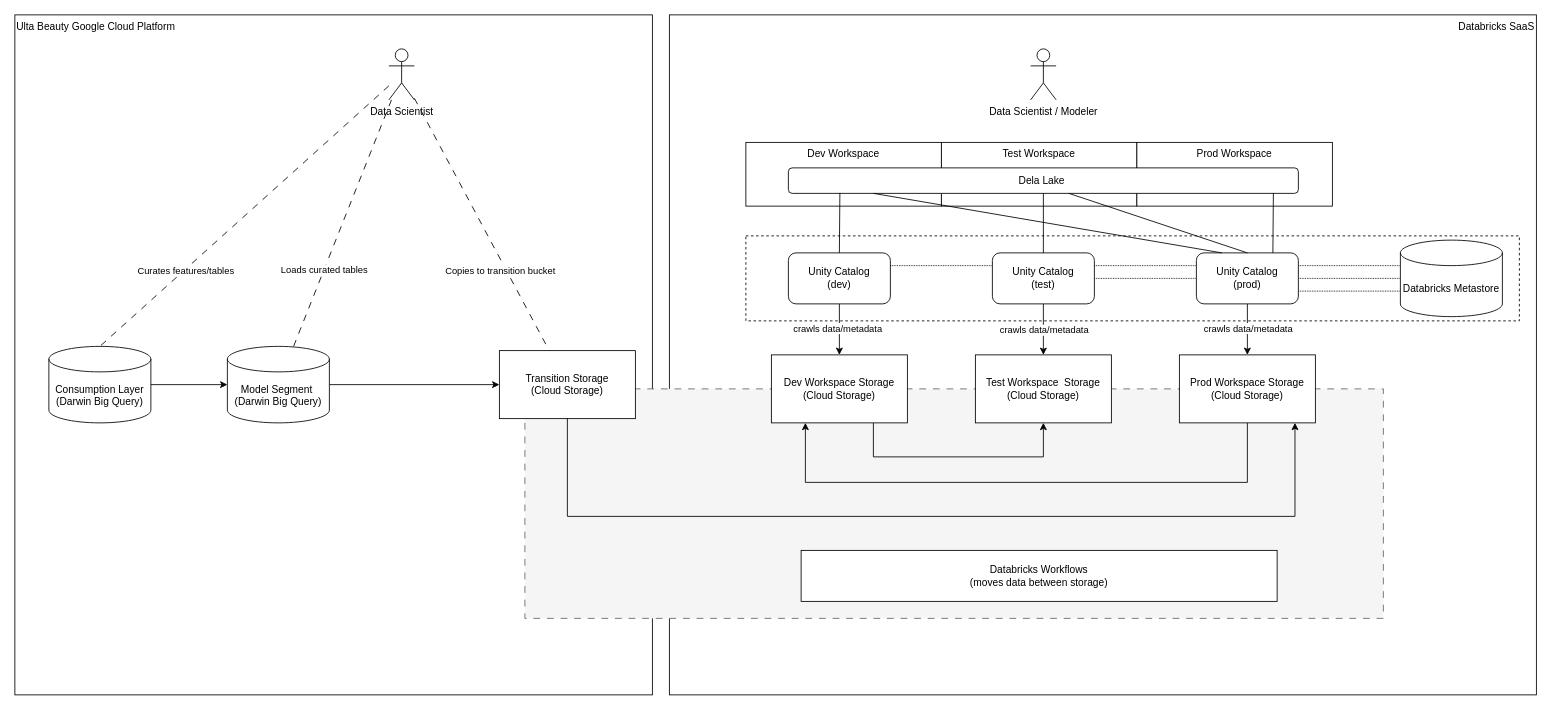
Before: page "Databricks Data" (5 of 7) of images/databricks.drawio in bpayt2/temp, a draw.io diagram. Source tidied: cells renumbered, new cells numbered last; positions are measured from the earlier drawing's top-left corner, leaving out a move shared by most shapes. Both pictures are drawn from the tidied source at 85%, with x=0, y=0 at pixel (14, 14).
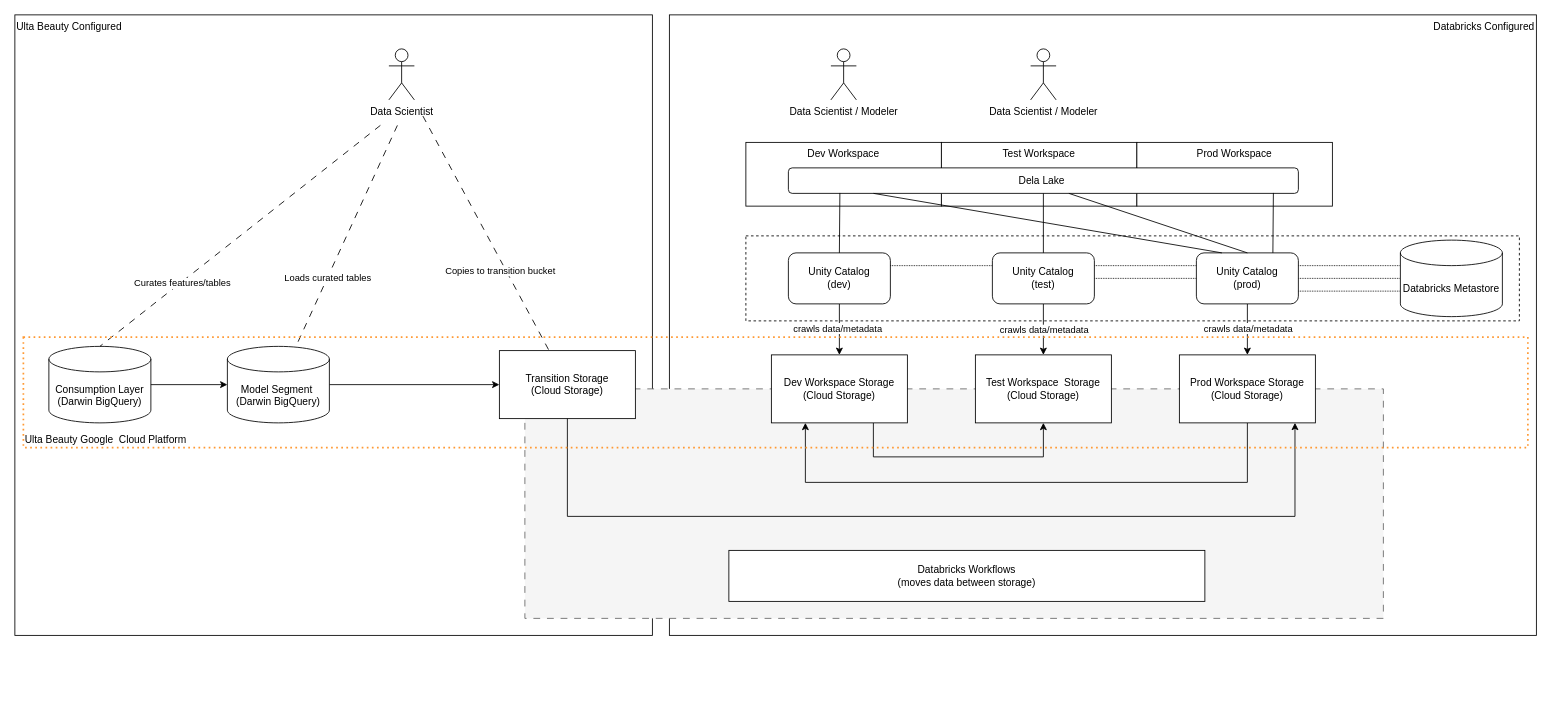
After the change.

The change refers to these unchanged cells:
```xml
<mxCell id="9" value="Transition Storage&lt;br&gt;(Cloud Storage)" style="rounded=0;whiteSpace=wrap;html=1;" parent="1" vertex="1">
  <mxGeometry x="570" y="395" width="160" height="80" as="geometry" />
</mxCell>
<mxCell id="18" value="Data Scientist" style="shape=umlActor;verticalLabelPosition=bottom;verticalAlign=top;html=1;outlineConnect=0;" parent="1" vertex="1">
  <mxGeometry x="440" y="40" width="30" height="60" as="geometry" />
</mxCell>
```

Change to the diagram source:
```diff
@@
-    <mxCell id="2" value="Databricks SaaS" style="rounded=0;whiteSpace=wrap;html=1;align=right;verticalAlign=top;" parent="1" vertex="1">
-      <mxGeometry x="770" width="1020" height="800" as="geometry" />
+    <mxCell id="2" value="Databricks Configured" style="rounded=0;whiteSpace=wrap;html=1;align=right;verticalAlign=top;fillColor=none;" parent="1" vertex="1">
+      <mxGeometry x="770" width="1020" height="730" as="geometry" />
     </mxCell>
@@
-    <mxCell id="6" value="Ulta Beauty Google Cloud Platform" style="rounded=0;whiteSpace=wrap;html=1;align=left;verticalAlign=top;" parent="1" vertex="1">
-      <mxGeometry width="750" height="800" as="geometry" />
+    <mxCell id="6" value="Ulta Beauty Configured" style="rounded=0;whiteSpace=wrap;html=1;align=left;verticalAlign=top;fillColor=none;" parent="1" vertex="1">
+      <mxGeometry width="750" height="730" as="geometry" />
     </mxCell>
@@
-    <mxCell id="15" style="rounded=0;jettySize=auto;html=1;endArrow=none;endFill=0;dashed=1;dashPattern=8 8;" parent="1" edge="1" source="18" target="23">
-      <mxGeometry relative="1" as="geometry" />
+    <mxCell id="15" style="rounded=0;jettySize=auto;html=1;endArrow=none;endFill=0;dashed=1;dashPattern=8 8;" parent="1" edge="1" target="23">
+      <mxGeometry relative="1" as="geometry">
+        <mxPoint x="450" y="130" as="sourcePoint" />
+      </mxGeometry>
     </mxCell>
@@
-    <mxCell id="17" style="rounded=0;jettySize=auto;html=1;endArrow=none;endFill=0;dashed=1;dashPattern=8 8;" parent="1" edge="1" source="18" target="9">
+    <mxCell id="17" style="rounded=0;jettySize=auto;html=1;endArrow=none;endFill=0;dashed=1;dashPattern=8 8;exitX=0.64;exitY=0.163;exitDx=0;exitDy=0;exitPerimeter=0;" parent="1" edge="1" source="6" target="9">
       <mxGeometry relative="1" as="geometry" />
     </mxCell>
@@
-    <mxCell id="19" value="Consumption Layer&lt;br&gt;(Darwin Big Query)" style="shape=cylinder3;whiteSpace=wrap;html=1;boundedLbl=1;backgroundOutline=1;size=15;" parent="1" vertex="1">
+    <mxCell id="19" value="Consumption Layer&lt;br&gt;(Darwin BigQuery)" style="shape=cylinder3;whiteSpace=wrap;html=1;boundedLbl=1;backgroundOutline=1;size=15;" parent="1" vertex="1">
       <mxGeometry x="40" y="390" width="120" height="90" as="geometry" />
     </mxCell>
-    <mxCell id="20" style="rounded=0;jettySize=auto;html=1;entryX=0.5;entryY=0;entryDx=0;entryDy=0;entryPerimeter=0;endArrow=none;endFill=0;dashed=1;dashPattern=8 8;" parent="1" edge="1" source="18" target="19">
-      <mxGeometry relative="1" as="geometry" />
+    <mxCell id="20" style="rounded=0;jettySize=auto;html=1;entryX=0.5;entryY=0;entryDx=0;entryDy=0;entryPerimeter=0;endArrow=none;endFill=0;dashed=1;dashPattern=8 8;" parent="1" edge="1" target="19">
+      <mxGeometry relative="1" as="geometry">
+        <mxPoint x="430" y="130" as="sourcePoint" />
+      </mxGeometry>
     </mxCell>
@@
-    <mxCell id="23" value="Model Segment&amp;nbsp;&lt;br&gt;(Darwin Big Query)" style="shape=cylinder3;whiteSpace=wrap;html=1;boundedLbl=1;backgroundOutline=1;size=15;" parent="1" vertex="1">
+    <mxCell id="23" value="Model Segment&amp;nbsp;&lt;br&gt;(Darwin BigQuery)" style="shape=cylinder3;whiteSpace=wrap;html=1;boundedLbl=1;backgroundOutline=1;size=15;" parent="1" vertex="1">
       <mxGeometry x="250" y="390" width="120" height="90" as="geometry" />
     </mxCell>
@@
     <mxCell id="43" value="Databricks Workflows&lt;br&gt;(moves data between storage)" style="rounded=0;whiteSpace=wrap;html=1;" parent="1" vertex="1">
-      <mxGeometry x="925" y="630" width="560" height="60" as="geometry" />
+      <mxGeometry x="840" y="630" width="560" height="60" as="geometry" />
     </mxCell>
@@
+    <mxCell id="48" value="Data Scientist / Modeler" style="shape=umlActor;verticalLabelPosition=bottom;verticalAlign=top;html=1;" parent="1" vertex="1">
+      <mxGeometry x="960" y="40" width="30" height="60" as="geometry" />
+    </mxCell>
+    <mxCell id="49" value="Ulta Beauty Google&amp;nbsp; Cloud Platform" style="rounded=0;whiteSpace=wrap;html=1;dashed=1;dashPattern=1 2;verticalAlign=bottom;align=left;fillColor=none;strokeColor=#FF9933;strokeWidth=2;" parent="1" vertex="1">
+      <mxGeometry x="10" y="379" width="1770" height="130" as="geometry" />
+    </mxCell>
```
